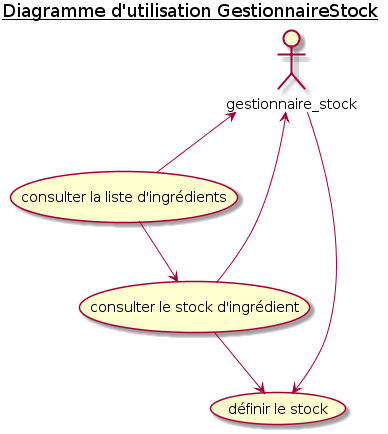
Zepmanbc/oc_dapython_pr4 keeps this PlantUML diagram as doc/img/2_GestionnaireStock_UseCaseDiagram.png. Above is the earlier version. The source it was exported from:
```plantuml
@startuml 2_GestionnaireStock_UseCaseDiagram

title <u>Diagramme d'utilisation GestionnaireStock</u>

actor gestionnaire_stock as GEST



    (consulter la liste d'ingrédients) AS LIST_ITEM
    (consulter le stock d'ingrédient) AS SHOW_ITEM
    (définir le stock) AS SET_ITEN

GEST --> SET_ITEN
GEST <-- LIST_ITEM
GEST <-- SHOW_ITEM

LIST_ITEM --> SHOW_ITEM
SHOW_ITEM --> SET_ITEN

@enduml
```
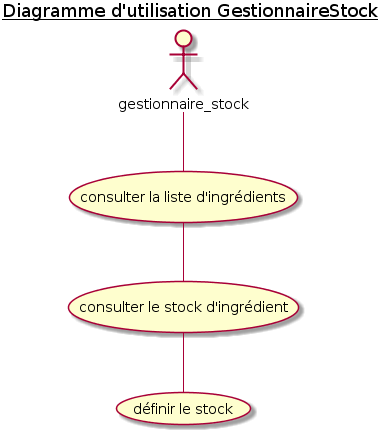
The same file after the commit.

What changed in the source:
```diff
@@ -10,11 +10,8 @@
     (consulter le stock d'ingrédient) AS SHOW_ITEM
     (définir le stock) AS SET_ITEN
 
-GEST --> SET_ITEN
-GEST <-- LIST_ITEM
-GEST <-- SHOW_ITEM
-
-LIST_ITEM --> SHOW_ITEM
-SHOW_ITEM --> SET_ITEN
+GEST -- LIST_ITEM
+LIST_ITEM -- SHOW_ITEM
+SHOW_ITEM -- SET_ITEN
 
 @enduml
```
